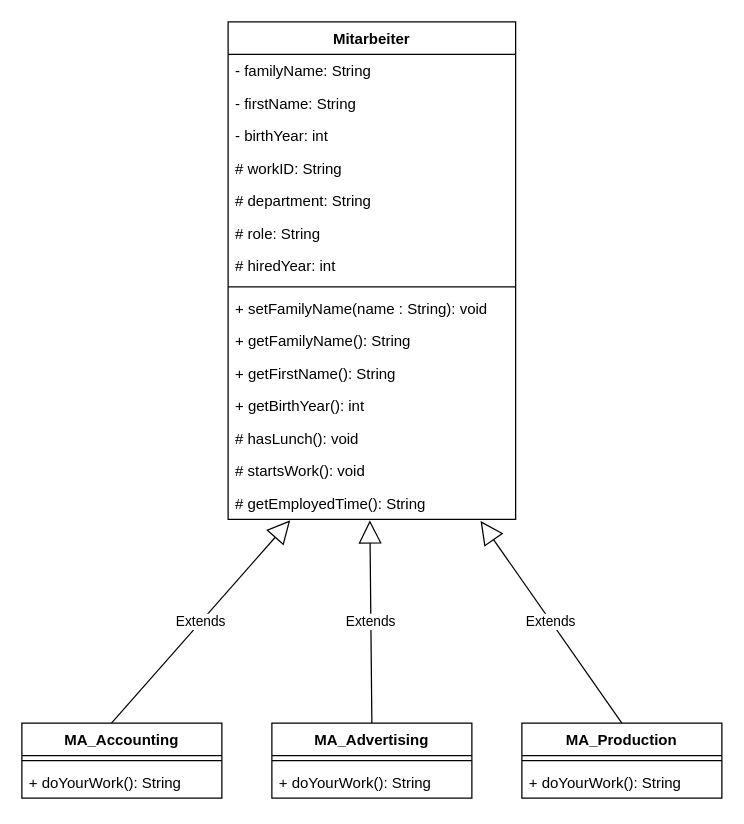
Earlier version of the draw.io diagram muster_MA.drawio (archive-OOP-2307/03b_CodeLab_03). Source tidied: cells renumbered, new cells numbered last; positions are measured from the earlier drawing's top-left corner, leaving out a move shared by most shapes. Both pictures are drawn from the tidied source at 125%, with x=0, y=0 at pixel (21, 21).
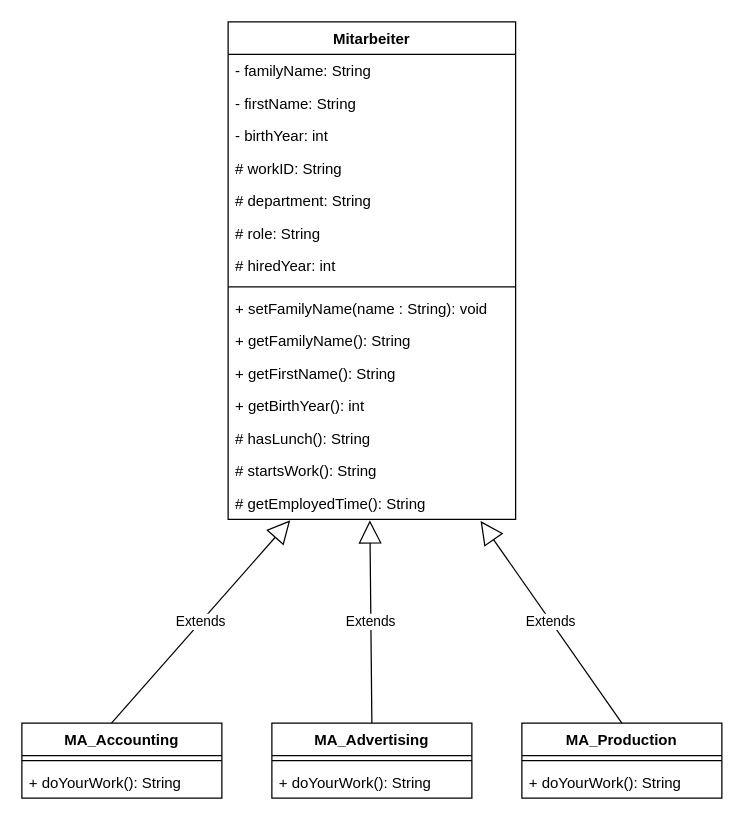
Above is the later version.

The change refers to these unchanged cells:
```xml
<mxCell id="2" value="Mitarbeiter" style="swimlane;fontStyle=1;align=center;verticalAlign=top;horizontal=1;startSize=26;" parent="1" vertex="1">
  <mxGeometry x="165" width="230" height="398" as="geometry" />
</mxCell>
```

The edit, as a diff of the source:
```diff
@@
-    <mxCell id="15" value="# hasLunch(): void" style="text;strokeColor=none;fillColor=none;align=left;verticalAlign=top;spacingLeft=4;spacingRight=4;overflow=hidden;" parent="2" vertex="1">
+    <mxCell id="15" value="# hasLunch(): String" style="text;strokeColor=none;fillColor=none;align=left;verticalAlign=top;spacingLeft=4;spacingRight=4;overflow=hidden;" parent="2" vertex="1">
       <mxGeometry y="320" width="230" height="26" as="geometry" />
     </mxCell>
-    <mxCell id="16" value="# startsWork(): void" style="text;strokeColor=none;fillColor=none;align=left;verticalAlign=top;spacingLeft=4;spacingRight=4;overflow=hidden;" parent="2" vertex="1">
+    <mxCell id="16" value="# startsWork(): String" style="text;strokeColor=none;fillColor=none;align=left;verticalAlign=top;spacingLeft=4;spacingRight=4;overflow=hidden;" parent="2" vertex="1">
       <mxGeometry y="346" width="230" height="26" as="geometry" />
     </mxCell>
```
